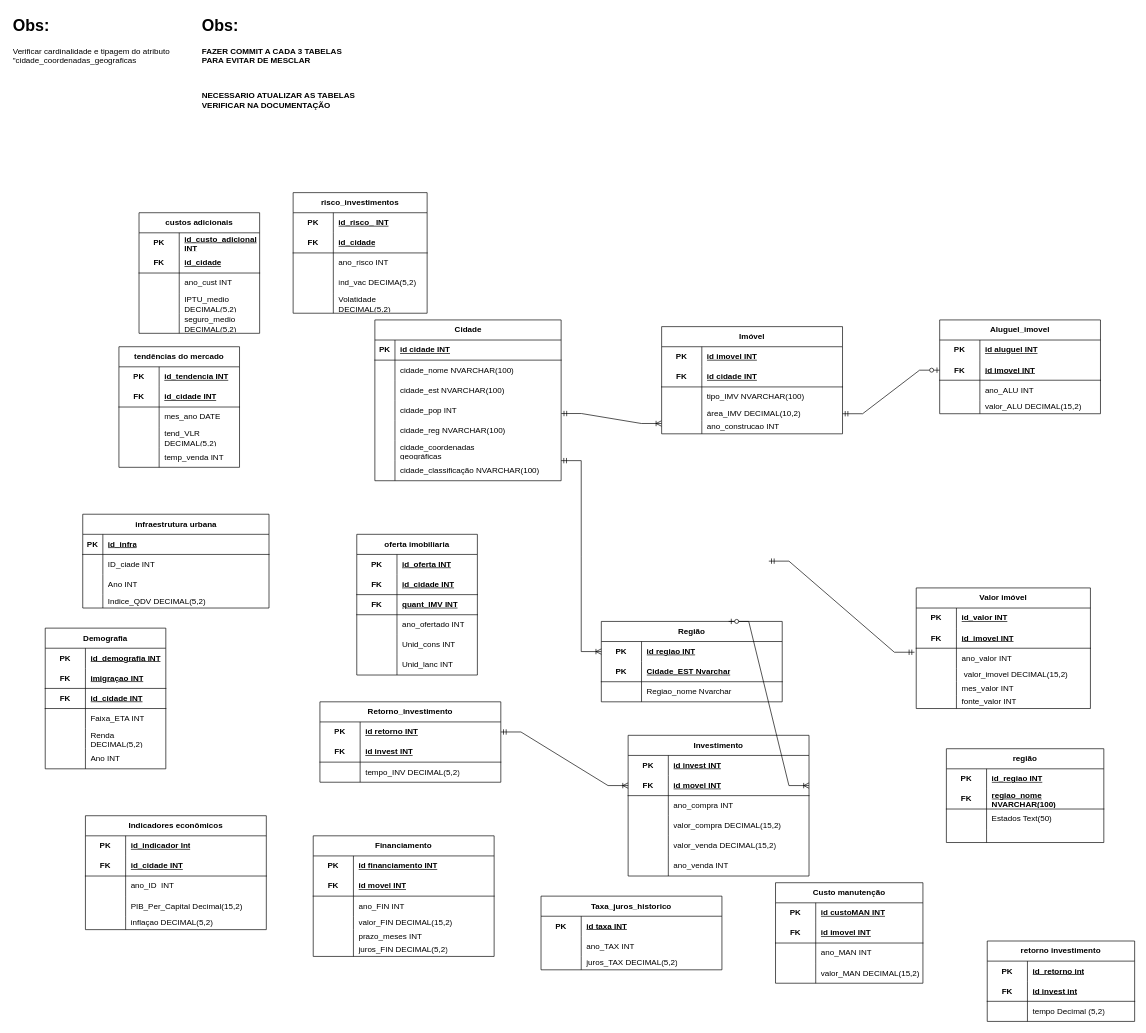
The draw.io diagram GroupBy.drawio in Guilherme22B/Group_by, before the edit. Source tidied: cells renumbered, new cells numbered last; positions are measured from the earlier drawing's top-left corner, leaving out a move shared by most shapes. Both pictures are drawn from the tidied source at 67%, with x=0, y=0 at pixel (11, 11).
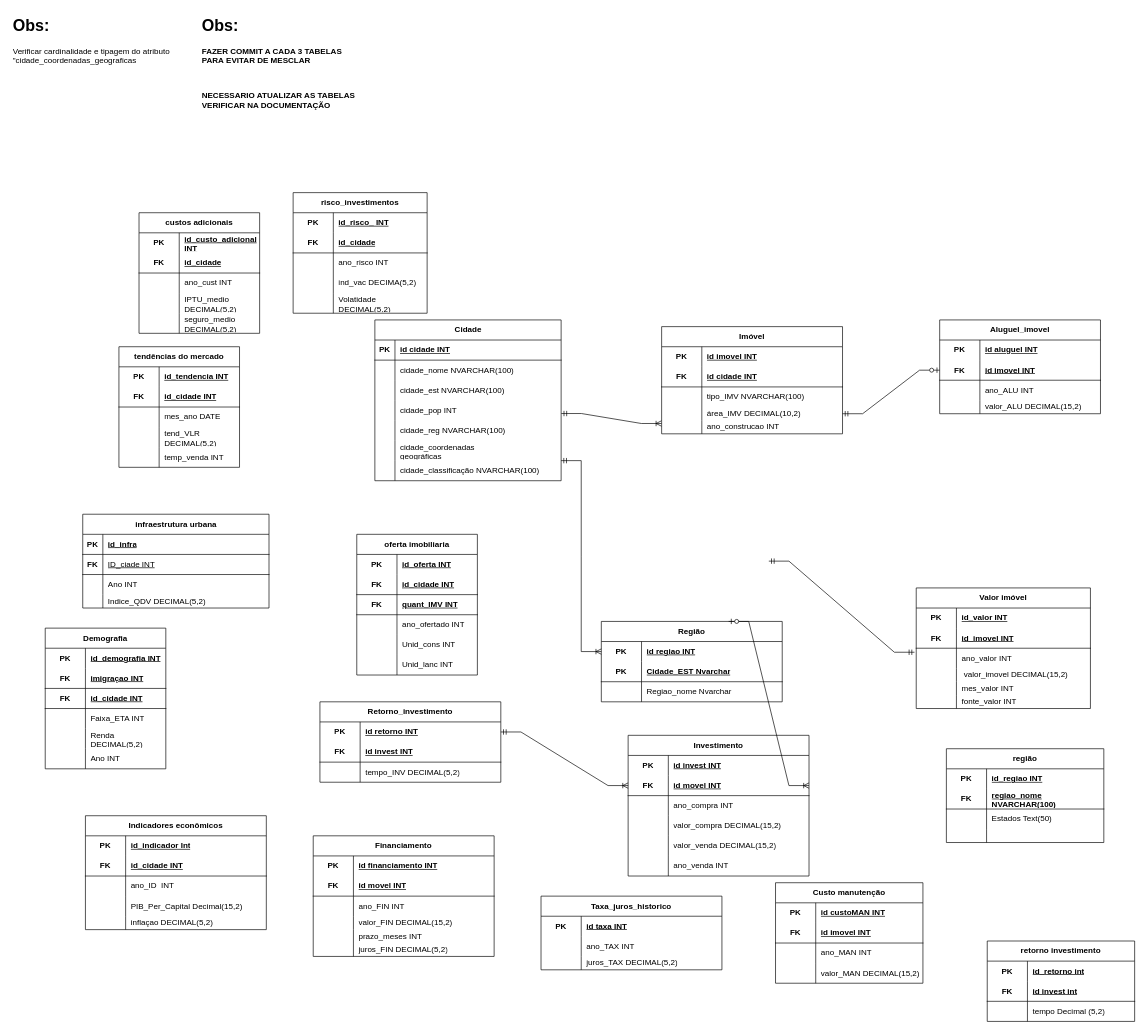
Above is the later version.

Commit message:
tabela 12 alterado

The change refers to these unchanged cells:
```xml
<mxCell id="201" value="infraestrutura urbana" style="shape=table;startSize=30;childLayout=tableLayout;rowLines=0;fontStyle=1;align=center;html=1;" parent="1" vertex="1">
  <mxGeometry x="106" y="750" width="278" height="140" as="geometry" />
</mxCell>
```

What changed in the source:
```diff
@@
-    <mxCell id="205" style="shape=tableRow;horizontal=0;startSize=0;swimlaneHead=0;swimlaneBody=0;fillColor=none;top=0;left=0;right=0;bottom=0;" parent="201" vertex="1">
-      <mxGeometry y="60" width="278" height="30" as="geometry" />
-    </mxCell>
-    <mxCell id="206" style="shape=partialRectangle;fillColor=none;top=0;left=0;bottom=0;right=0;overflow=hidden;whiteSpace=wrap;html=1;" parent="205" vertex="1">
-      <mxGeometry width="30" height="30" as="geometry" />
-    </mxCell>
+    <mxCell id="301" style="shape=tableRow;horizontal=0;startSize=0;swimlaneHead=0;swimlaneBody=0;fillColor=none;top=0;left=0;right=0;bottom=1;" parent="201" vertex="1">
+      <mxGeometry y="60" width="278" height="30" as="geometry" />
+    </mxCell>
+    <mxCell id="302" value="FK" style="shape=partialRectangle;fillColor=none;top=0;left=0;bottom=0;right=0;fontStyle=1;overflow=hidden;whiteSpace=wrap;html=1;" parent="301" vertex="1">
+      <mxGeometry width="30" height="30" as="geometry" />
+    </mxCell>
-    <mxCell id="207" value="ID_ciade INT" style="shape=partialRectangle;fillColor=none;top=0;left=0;bottom=0;right=0;align=left;spacingLeft=6;overflow=hidden;whiteSpace=wrap;html=1;" parent="205" vertex="1">
+    <mxCell id="207" value="&lt;span style=&quot;font-weight: 400;&quot;&gt;ID_ciade INT&lt;/span&gt;" style="shape=partialRectangle;fillColor=none;top=0;left=0;bottom=0;right=0;align=left;spacingLeft=6;fontStyle=5;overflow=hidden;whiteSpace=wrap;html=1;" parent="301" vertex="1">
       <mxGeometry x="30" width="248" height="30" as="geometry" />
     </mxCell>
```
